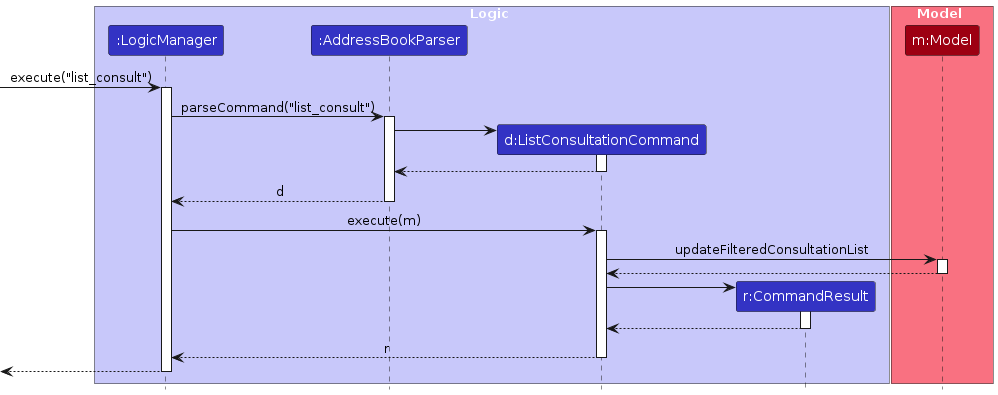
This is diagrams/ListConsultationSequenceDiagram-Logic.png from AY2526S1-CS2103T-W11-1/tp, a PlantUML export, as it was before one commit. Its source is kept beside it as diagrams/ListConsultationSequenceDiagram-Logic.puml. The source it was exported from:
```plantuml
@startuml
!include style.puml
skinparam ArrowFontStyle plain

box Logic LOGIC_COLOR_T1
participant ":LogicManager" as LogicManager LOGIC_COLOR
participant ":AddressBookParser" as AddressBookParser LOGIC_COLOR
participant "d:ListConsultationCommand" as ListConsultationCommand LOGIC_COLOR
participant "r:CommandResult" as CommandResult LOGIC_COLOR
end box

box Model MODEL_COLOR_T1
participant "m:Model" as Model MODEL_COLOR
end box

[-> LogicManager : execute("list_consult")
activate LogicManager

LogicManager -> AddressBookParser : parseCommand("list_consult")
activate AddressBookParser

create ListConsultationCommand
AddressBookParser -> ListConsultationCommand
activate ListConsultationCommand

ListConsultationCommand --> AddressBookParser :
deactivate ListConsultationCommand

AddressBookParser --> LogicManager : d
deactivate AddressBookParser

LogicManager -> ListConsultationCommand : execute(m)
activate ListConsultationCommand

ListConsultationCommand -> Model : updateFilteredConsultationList
activate Model

Model --> ListConsultationCommand
deactivate Model

create CommandResult
ListConsultationCommand -> CommandResult
activate CommandResult

CommandResult --> ListConsultationCommand
deactivate CommandResult

ListConsultationCommand --> LogicManager : r
deactivate ListConsultationCommand

[<--LogicManager
deactivate LogicManager
@enduml
```
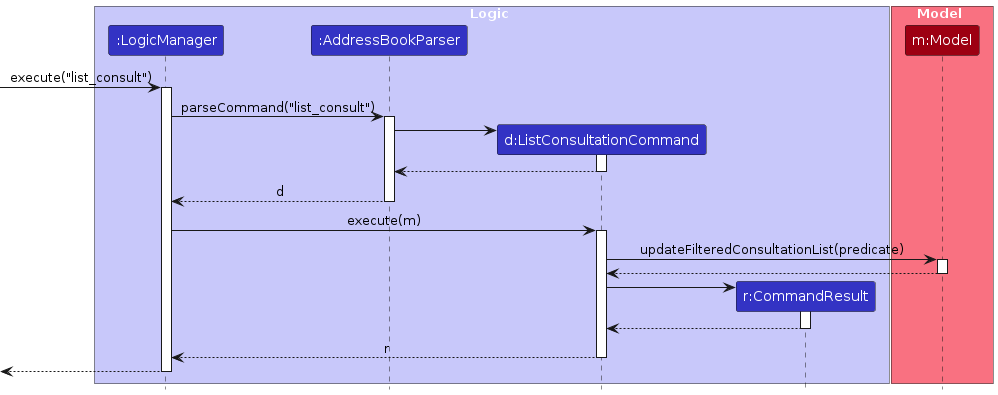
The same file after the commit.

What changed in the source:
```diff
@@ -32,7 +32,7 @@
 LogicManager -> ListConsultationCommand : execute(m)
 activate ListConsultationCommand
 
-ListConsultationCommand -> Model : updateFilteredConsultationList
+ListConsultationCommand -> Model : updateFilteredConsultationList(predicate)
 activate Model
 
 Model --> ListConsultationCommand
```
